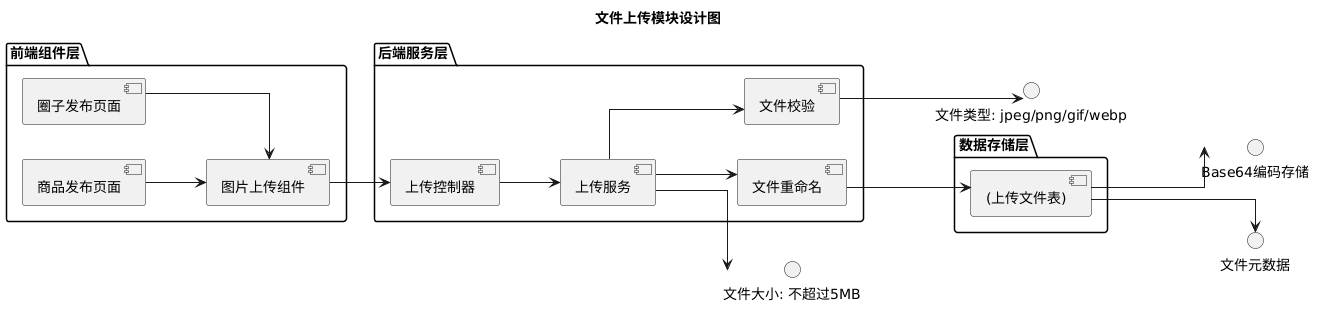
Before: docs/arch-file-upload.png, a diagram exported from PlantUML (RYELOBE/hmapp01).
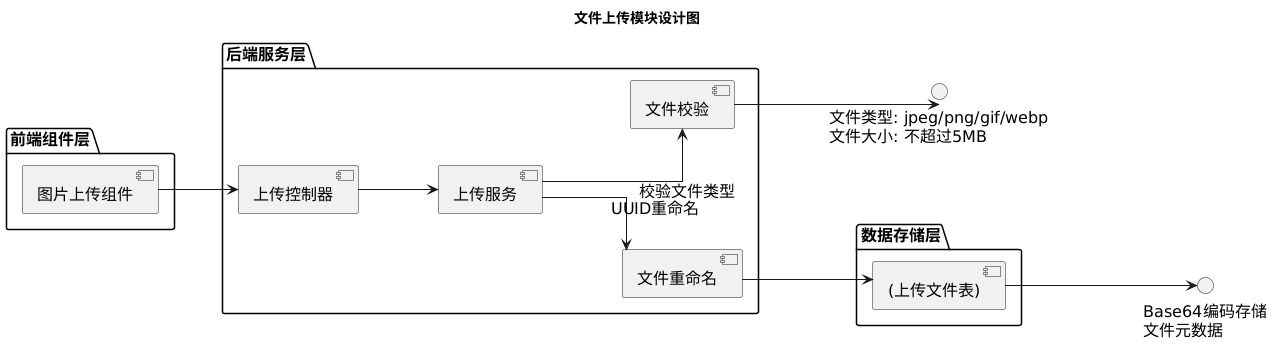
Above is the later version.

The edit, as a diff of the source:
```diff
@@ -2,14 +2,15 @@
 skinparam backgroundColor #FFFFFF
 skinparam shadowing false
 skinparam linetype ortho
+skinparam nodesep 120
+skinparam ranksep 80
+skinparam defaultFontSize 16
 left to right direction
 
 title 文件上传模块设计图
 
 package "前端组件层" {
     [图片上传组件] as uploader
-    [商品发布页面] as itemPage
-    [圈子发布页面] as circlePage
 }
 
 package "后端服务层" {
@@ -23,17 +24,11 @@
     [(上传文件表)] as fileTable
 }
 
-itemPage --> uploader
-circlePage --> uploader
 uploader --> controller
-
 controller --> uploadService
-uploadService --> typeCheck
-uploadService --> rename
-
-typeCheck --> "文件类型: jpeg/png/gif/webp"
-uploadService --> "文件大小: 不超过5MB"
+uploadService --> typeCheck : 校验文件类型
+uploadService --> rename : UUID重命名
+typeCheck --> "文件类型: jpeg/png/gif/webp\n文件大小: 不超过5MB"
 rename --> fileTable
-fileTable --> "Base64编码存储"
-fileTable --> "文件元数据"
+fileTable --> "Base64编码存储\n文件元数据"
 @enduml
```
